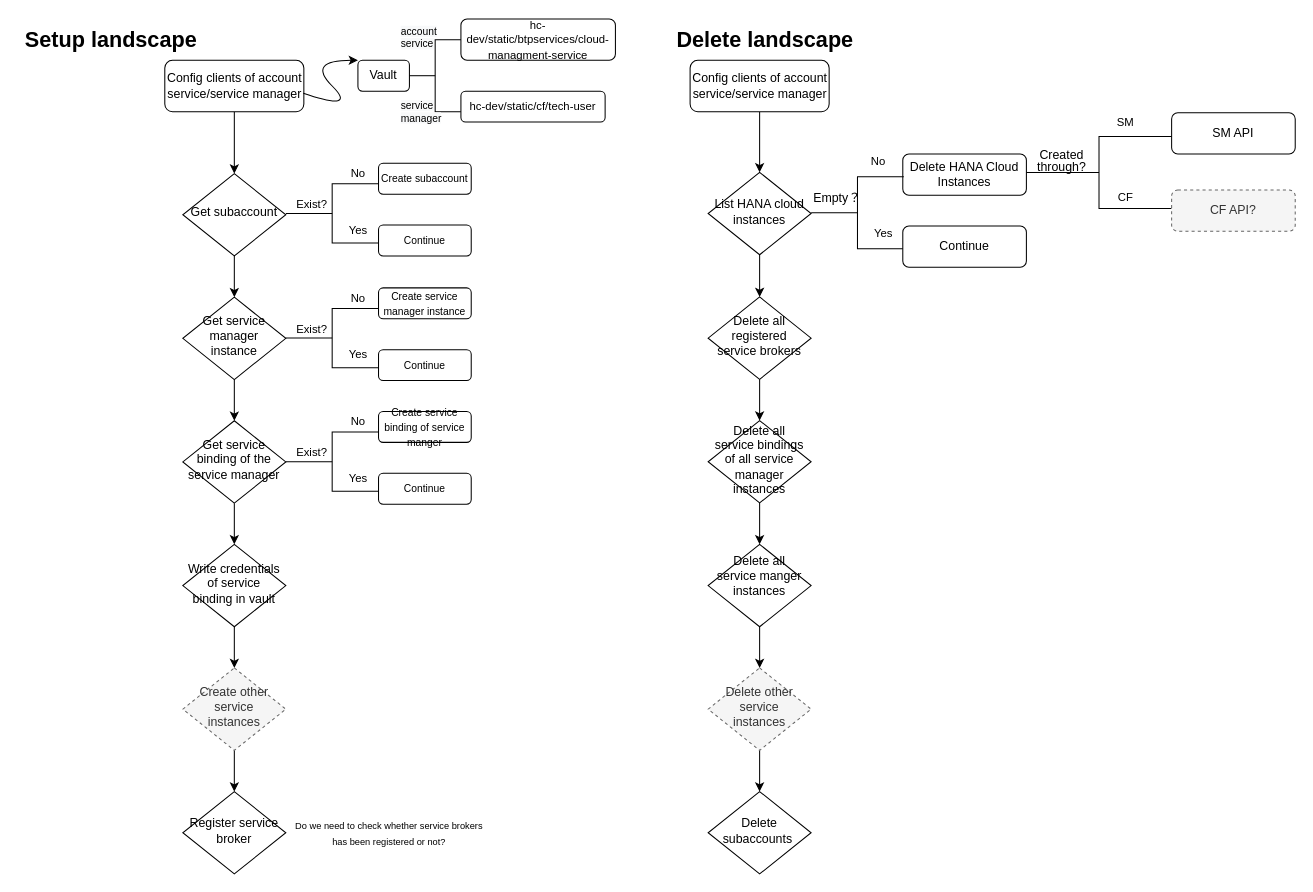
This is Untitled Diagram.drawio from Austin926/code, a draw.io file, before an edit. Source tidied: cells renumbered, new cells numbered last; positions are measured from the earlier drawing's top-left corner, leaving out a move shared by most shapes. Both pictures are drawn from the tidied source at 103%, with x=0, y=0 at pixel (18, 19).
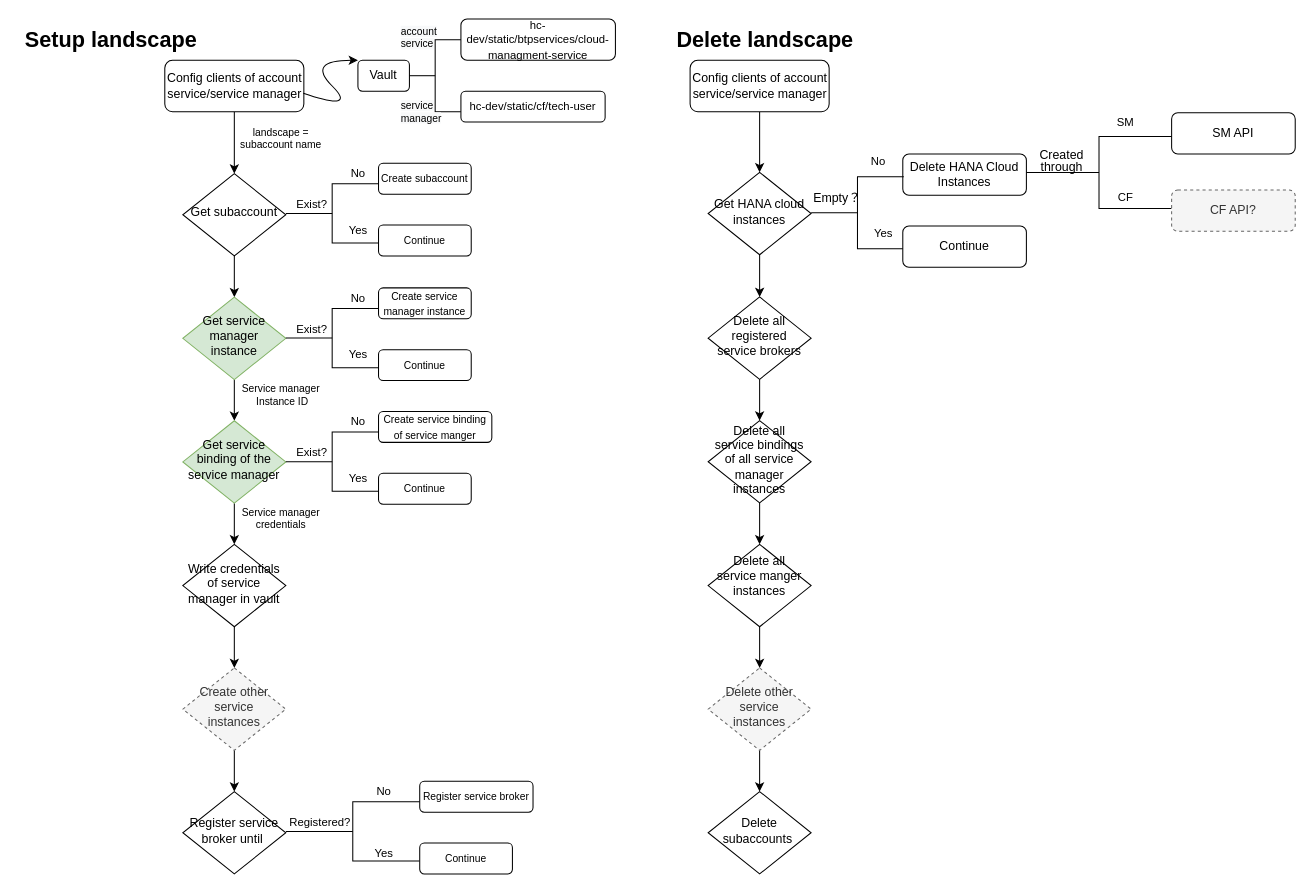
Above is the later version.

Diff of the diagram source:
```diff
@@
-    <mxCell id="8" value="Get service manager instance" style="rhombus;whiteSpace=wrap;html=1;shadow=0;fontFamily=Helvetica;fontSize=12;align=center;strokeWidth=1;spacing=6;spacingTop=-4;" parent="1" vertex="1">
+    <mxCell id="8" value="Get service manager instance" style="rhombus;whiteSpace=wrap;html=1;shadow=0;fontFamily=Helvetica;fontSize=12;align=center;strokeWidth=1;spacing=6;spacingTop=-4;fillColor=#d5e8d4;strokeColor=#82b366;" parent="1" vertex="1">
       <mxGeometry x="160" y="270" width="100" height="80" as="geometry" />
     </mxCell>
@@
-    <mxCell id="14" value="Get service binding of the service manager" style="rhombus;whiteSpace=wrap;html=1;shadow=0;fontFamily=Helvetica;fontSize=12;align=center;strokeWidth=1;spacing=6;spacingTop=-4;" parent="1" vertex="1">
+    <mxCell id="14" value="Get service binding of the service manager" style="rhombus;whiteSpace=wrap;html=1;shadow=0;fontFamily=Helvetica;fontSize=12;align=center;strokeWidth=1;spacing=6;spacingTop=-4;fillColor=#d5e8d4;strokeColor=#82b366;" parent="1" vertex="1">
       <mxGeometry x="160" y="390" width="100" height="80" as="geometry" />
     </mxCell>
@@
-    <mxCell id="16" value="Write credentials of service binding in vault" style="rhombus;whiteSpace=wrap;html=1;shadow=0;fontFamily=Helvetica;fontSize=12;align=center;strokeWidth=1;spacing=6;spacingTop=-4;" parent="1" vertex="1">
+    <mxCell id="16" value="Write credentials of service manager in vault" style="rhombus;whiteSpace=wrap;html=1;shadow=0;fontFamily=Helvetica;fontSize=12;align=center;strokeWidth=1;spacing=6;spacingTop=-4;" parent="1" vertex="1">
       <mxGeometry x="160" y="510" width="100" height="80" as="geometry" />
     </mxCell>
@@
-    <mxCell id="19" value="List HANA cloud instances" style="rhombus;whiteSpace=wrap;html=1;shadow=0;fontFamily=Helvetica;fontSize=12;align=center;strokeWidth=1;spacing=6;spacingTop=-4;" parent="1" vertex="1">
+    <mxCell id="19" value="Get HANA cloud instances" style="rhombus;whiteSpace=wrap;html=1;shadow=0;fontFamily=Helvetica;fontSize=12;align=center;strokeWidth=1;spacing=6;spacingTop=-4;" parent="1" vertex="1">
       <mxGeometry x="670" y="148.8" width="100" height="80" as="geometry" />
     </mxCell>
@@
-    <mxCell id="36" value="&lt;p style=&quot;line-height: 1 ; font-size: 12px&quot;&gt;Created &lt;br&gt;through?&lt;/p&gt;" style="text;html=1;align=center;verticalAlign=middle;fillColor=none;strokeColor=none;rounded=0;fontSize=9;" parent="1" vertex="1">
+    <mxCell id="36" value="&lt;p style=&quot;line-height: 1 ; font-size: 12px&quot;&gt;Created &lt;br&gt;through&lt;/p&gt;" style="text;html=1;align=center;verticalAlign=middle;fillColor=none;strokeColor=none;rounded=0;fontSize=9;" parent="1" vertex="1">
       <mxGeometry x="983" y="112" width="60" height="50" as="geometry" />
     </mxCell>
@@
-    <mxCell id="40" value="Register service broker" style="rhombus;whiteSpace=wrap;html=1;shadow=0;fontFamily=Helvetica;fontSize=12;align=center;strokeWidth=1;spacing=6;spacingTop=-4;" parent="1" vertex="1">
+    <mxCell id="40" value="Register service broker until&amp;nbsp;" style="rhombus;whiteSpace=wrap;html=1;shadow=0;fontFamily=Helvetica;fontSize=12;align=center;strokeWidth=1;spacing=6;spacingTop=-4;" parent="1" vertex="1">
       <mxGeometry x="160" y="750" width="100" height="80" as="geometry" />
     </mxCell>
-    <mxCell id="41" value="&lt;font style=&quot;font-size: 9px&quot;&gt;Do we need to check whether service brokers &lt;br&gt;has been registered or not?&lt;/font&gt;" style="text;html=1;align=center;verticalAlign=middle;fillColor=none;strokeColor=none;rounded=0;" parent="1" vertex="1">
-      <mxGeometry x="260" y="770" width="200" height="40" as="geometry" />
-    </mxCell>
@@
     <mxCell id="56" value="&lt;font style=&quot;font-size: 10px&quot;&gt;Create service binding of service manger&lt;/font&gt;" style="rounded=1;whiteSpace=wrap;html=1;fontSize=12;glass=0;strokeWidth=1;shadow=0;" parent="1" vertex="1">
-      <mxGeometry x="350" y="381" width="90" height="30" as="geometry" />
+      <mxGeometry x="350" y="381" width="110" height="30" as="geometry" />
     </mxCell>
@@
+    <mxCell id="68" value="&lt;font style=&quot;font-size: 10px;&quot;&gt;Service manager&lt;br style=&quot;font-size: 10px;&quot;&gt;&amp;nbsp;Instance ID&lt;/font&gt;" style="text;html=1;align=center;verticalAlign=middle;fillColor=none;strokeColor=none;rounded=0;fontSize=10;" parent="1" vertex="1">
+      <mxGeometry x="210" y="349.8" width="90" height="30" as="geometry" />
+    </mxCell>
+    <mxCell id="69" value="&lt;font style=&quot;font-size: 10px&quot;&gt;Service manager&lt;br style=&quot;font-size: 10px&quot;&gt;credentials&lt;br&gt;&lt;/font&gt;" style="text;html=1;align=center;verticalAlign=middle;fillColor=none;strokeColor=none;rounded=0;fontSize=10;" parent="1" vertex="1">
+      <mxGeometry x="210" y="469.8" width="90" height="30" as="geometry" />
+    </mxCell>
+    <mxCell id="70" value="landscape = &lt;br&gt;subaccount name" style="text;html=1;align=center;verticalAlign=middle;fillColor=none;strokeColor=none;rounded=0;fontSize=10;" parent="1" vertex="1">
+      <mxGeometry x="210" y="101" width="90" height="30" as="geometry" />
+    </mxCell>
+    <mxCell id="71" value="&lt;font style=&quot;font-size: 10px&quot;&gt;Register service broker&lt;/font&gt;" style="rounded=1;whiteSpace=wrap;html=1;fontSize=12;glass=0;strokeWidth=1;shadow=0;" parent="1" vertex="1">
+      <mxGeometry x="390" y="740" width="110" height="30" as="geometry" />
+    </mxCell>
+    <mxCell id="72" style="strokeWidth=1;html=1;shape=mxgraph.flowchart.annotation_2;align=left;labelPosition=right;strokeColor=default;fillColor=default;" parent="1" vertex="1">
+      <mxGeometry x="260" y="760" width="130" height="57.5" as="geometry" />
+    </mxCell>
+    <mxCell id="73" value="&lt;font style=&quot;font-size: 10px&quot;&gt;Continue&lt;/font&gt;" style="rounded=1;whiteSpace=wrap;html=1;fontSize=12;glass=0;strokeWidth=1;shadow=0;" parent="1" vertex="1">
+      <mxGeometry x="390" y="800" width="90" height="30" as="geometry" />
+    </mxCell>
+    <mxCell id="74" value="No" style="text;html=1;align=center;verticalAlign=middle;fillColor=none;strokeColor=none;rounded=0;fontSize=11;" parent="1" vertex="1">
+      <mxGeometry x="340" y="740" width="30" height="20" as="geometry" />
+    </mxCell>
+    <mxCell id="75" value="&lt;p style=&quot;line-height: 1; font-size: 11px;&quot;&gt;Yes&lt;/p&gt;" style="text;html=1;align=center;verticalAlign=middle;fillColor=none;strokeColor=none;rounded=0;fontSize=11;" parent="1" vertex="1">
+      <mxGeometry x="340" y="790" width="30" height="40" as="geometry" />
+    </mxCell>
+    <mxCell id="76" value="&lt;font style=&quot;font-size: 11px&quot;&gt;Registered?&lt;/font&gt;" style="text;html=1;align=center;verticalAlign=middle;fillColor=none;strokeColor=none;rounded=0;" parent="1" vertex="1">
+      <mxGeometry x="258" y="770" width="70" height="20" as="geometry" />
+    </mxCell>
```
